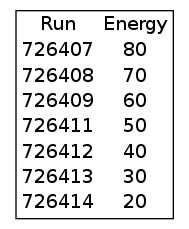
This is zim/Notes/Analyse_des_donnees_Decembre_2014/diagram.png from mirabitl/MesNotes, a Graphviz export, as it was before one commit. Its source is kept beside it as zim/Notes/Analyse_des_donnees_Decembre_2014/diagram.dot.
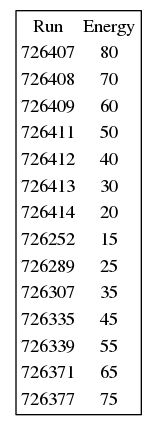
The same diagram one commit later.

Diff of the diagram source:
```diff
@@ -11,6 +11,13 @@
 <tr><td>726412</td><td>40</td></tr>
 <tr><td>726413</td><td>30</td></tr>
 <tr><td>726414</td><td>20</td></tr>
+<tr><td>726252</td><td>15</td></tr>
+<tr><td>726289</td><td>25</td></tr>
+<tr><td>726307</td><td>35</td></tr>
+<tr><td>726335</td><td>45</td></tr>
+<tr><td>726339</td><td>55</td></tr>
+<tr><td>726371</td><td>65</td></tr>
+<tr><td>726377</td><td>75</td></tr>
 </TABLE>
 >];
 }
```
